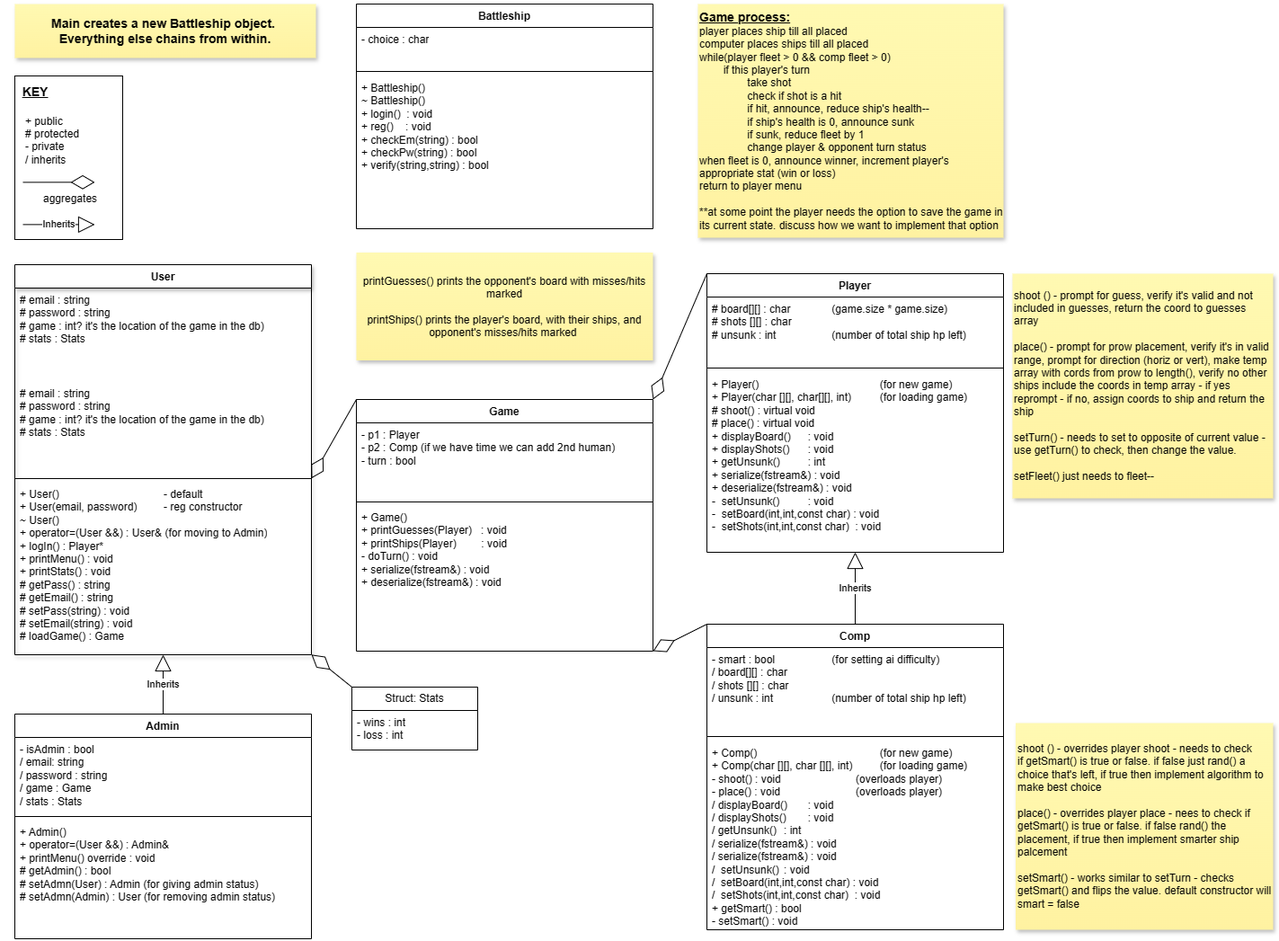
Above: BattleshipClasses.drawio.png in StephaniePeacock/Battleship (draw.io), before the change. Source tidied: cells renumbered, new cells last; positions are measured from the earlier drawing's top-left corner, leaving out a move shared by most shapes.
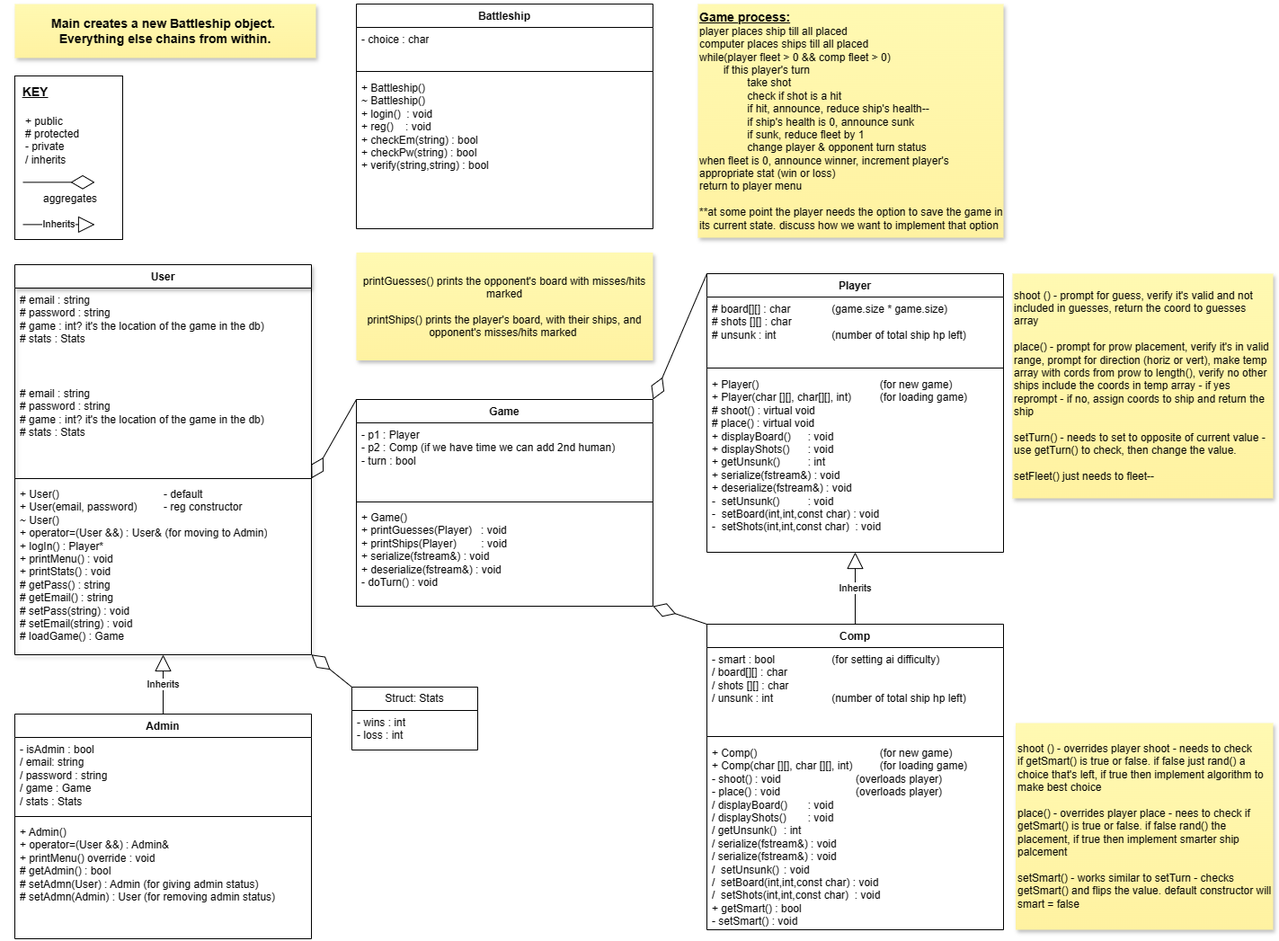
Above is the later version.

Diff of the diagram source:
```diff
@@ -42,7 +42,7 @@
       <mxGeometry y="118" width="330" height="132" as="geometry" />
     </mxCell>
     <mxCell id="15" value="Game" style="swimlane;fontStyle=1;align=center;verticalAlign=top;horizontal=1;startSize=26;whiteSpace=wrap;html=1;" parent="1" vertex="1">
-      <mxGeometry x="380" y="440" width="330" height="280" as="geometry" />
+      <mxGeometry x="380" y="440" width="330" height="230" as="geometry" />
     </mxCell>
     <mxCell id="16" value="&lt;span style=&quot;background-color: initial;&quot;&gt;- p1 : Player&lt;/span&gt;&lt;div&gt;&lt;span style=&quot;background-color: initial;&quot;&gt;- p2 : Comp (if we have time we can add 2nd human)&lt;/span&gt;&lt;/div&gt;&lt;div&gt;- turn : bool&lt;/div&gt;" style="text;strokeColor=none;fillColor=none;align=left;verticalAlign=top;spacingLeft=4;spacingRight=4;overflow=hidden;whiteSpace=wrap;html=1;" parent="15" vertex="1">
       <mxGeometry y="26" width="330" height="84" as="geometry" />
@@ -50,8 +50,8 @@
     <mxCell id="17" style="line;strokeWidth=1;fillColor=none;align=left;verticalAlign=middle;spacingTop=-1;spacingLeft=3;spacingRight=3;labelPosition=right;strokeColor=inherit;" parent="15" vertex="1">
       <mxGeometry y="110" width="330" height="8" as="geometry" />
     </mxCell>
-    <mxCell id="18" value="+ Game()&lt;br&gt;+ printGuesses(Player)&amp;nbsp; &amp;nbsp;: void&lt;div&gt;+ printShips(Player)&lt;span style=&quot;white-space: pre;&quot;&gt;&#9;&lt;/span&gt;: void&lt;/div&gt;&lt;div&gt;- doTurn() : void&lt;/div&gt;&lt;div&gt;+ serialize(fstream&amp;amp;) : void&lt;/div&gt;&lt;div&gt;+ deserialize(fstream&amp;amp;) : void&lt;/div&gt;" style="text;strokeColor=none;fillColor=none;align=left;verticalAlign=top;spacingLeft=4;spacingRight=4;overflow=hidden;points=[[0,0.5],[1,0.5]];portConstraint=eastwest;whiteSpace=wrap;html=1;" parent="15" vertex="1">
-      <mxGeometry y="118" width="330" height="162" as="geometry" />
+    <mxCell id="18" value="+ Game()&lt;br&gt;+ printGuesses(Player)&amp;nbsp; &amp;nbsp;: void&lt;div&gt;+ printShips(Player)&lt;span style=&quot;white-space: pre;&quot;&gt;&#9;&lt;/span&gt;: void&lt;/div&gt;&lt;div&gt;&lt;div&gt;+ serialize(fstream&amp;amp;) : void&lt;/div&gt;&lt;div&gt;+ deserialize(fstream&amp;amp;) : void&lt;/div&gt;&lt;/div&gt;&lt;div&gt;- doTurn() : void&lt;/div&gt;&lt;div&gt;&lt;br&gt;&lt;/div&gt;" style="text;strokeColor=none;fillColor=none;align=left;verticalAlign=top;spacingLeft=4;spacingRight=4;overflow=hidden;points=[[0,0.5],[1,0.5]];portConstraint=eastwest;whiteSpace=wrap;html=1;" parent="15" vertex="1">
+      <mxGeometry y="118" width="330" height="112" as="geometry" />
     </mxCell>
     <mxCell id="19" value="shoot () - prompt for guess, verify it's valid and not included in guesses, return the coord to guesses array&lt;div&gt;&lt;br&gt;&lt;/div&gt;&lt;div&gt;place() - prompt for prow placement, verify it's in valid range, prompt for direction (horiz or vert), make temp array with cords from prow to length(), verify no other ships include the coords in temp array - if yes reprompt - if no, assign coords to ship and return the ship&lt;/div&gt;&lt;div&gt;&lt;br&gt;&lt;/div&gt;&lt;div&gt;setTurn() - needs to set to opposite of current value - use getTurn() to check, then change the value.&lt;/div&gt;&lt;div&gt;&lt;br&gt;&lt;/div&gt;&lt;div&gt;setFleet() just needs to fleet--&amp;nbsp;&lt;/div&gt;" style="shape=note;whiteSpace=wrap;html=1;backgroundOutline=1;fontColor=#000000;darkOpacity=0.05;fillColor=#FFF9B2;strokeColor=none;fillStyle=solid;direction=west;gradientDirection=north;gradientColor=#FFF2A1;shadow=1;size=0;align=left;" parent="1" vertex="1">
       <mxGeometry x="1110" y="300" width="290" height="250" as="geometry" />
```
